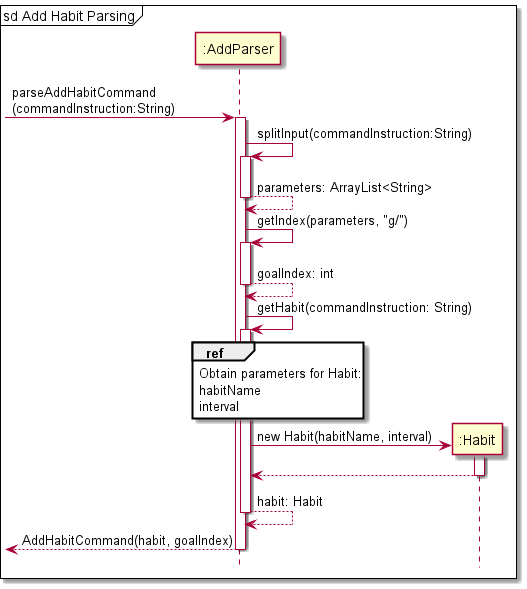
Earlier version of the PlantUML export docs/Diagram_Images/Implementation_Diagram_Images/AddHabitCommandParserSequenceDiagram.png (nus-cs2113-AY2122S1/tp).
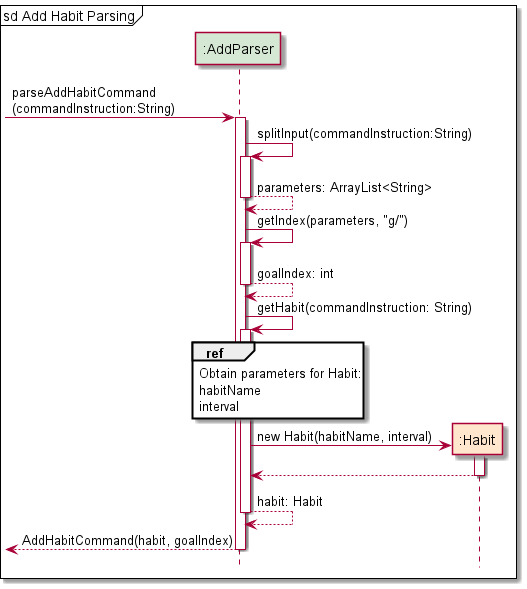
The same file after the commit.

What changed in the source:
```diff
@@ -1,40 +1,43 @@
 @startuml
 !include Style.puml
 
+participant ":AddParser" as AddParser PARSER_COLOUR
+participant ":Habit" as Habit HABIT_COLOUR
+
 mainframe sd Add Habit Parsing
 
--> ":AddParser": parseAddHabitCommand\n(commandInstruction:String)
-activate ":AddParser"
+-> AddParser: parseAddHabitCommand\n(commandInstruction:String)
+activate AddParser
 
-":AddParser" -> ":AddParser": splitInput(commandInstruction:String)
-activate ":AddParser"
-":AddParser" --> ":AddParser": parameters: ArrayList<String>
-deactivate ":AddParser"
+AddParser -> AddParser: splitInput(commandInstruction:String)
+activate AddParser
+AddParser --> AddParser: parameters: ArrayList<String>
+deactivate AddParser
 
-":AddParser" -> ":AddParser": getIndex(parameters, "g/")
-activate ":AddParser"
-":AddParser" --> ":AddParser": goalIndex: int
-deactivate ":AddParser"
+AddParser -> AddParser: getIndex(parameters, "g/")
+activate AddParser
+AddParser --> AddParser: goalIndex: int
+deactivate AddParser
 
-":AddParser" -> ":AddParser": getHabit(commandInstruction: String)
-activate ":AddParser"
+AddParser -> AddParser: getHabit(commandInstruction: String)
+activate AddParser
 
-ref over ":AddParser"
+ref over AddParser
 Obtain parameters for Habit:
 habitName
 interval
 end
 
-create ":Habit"
-":AddParser" -> ":Habit": new Habit(habitName, interval)
-activate ":Habit"
-":Habit" --> ":AddParser"
-deactivate ":Habit"
+create Habit
+AddParser -> Habit: new Habit(habitName, interval)
+activate Habit
+Habit --> AddParser
+deactivate Habit
 
-":AddParser" --> ":AddParser": habit: Habit
-deactivate ":AddParser"
+AddParser --> AddParser: habit: Habit
+deactivate AddParser
 
-<-- ":AddParser": AddHabitCommand(habit, goalIndex)
-deactivate ":AddParser"
+<-- AddParser: AddHabitCommand(habit, goalIndex)
+deactivate AddParser
 
 @enduml
```
